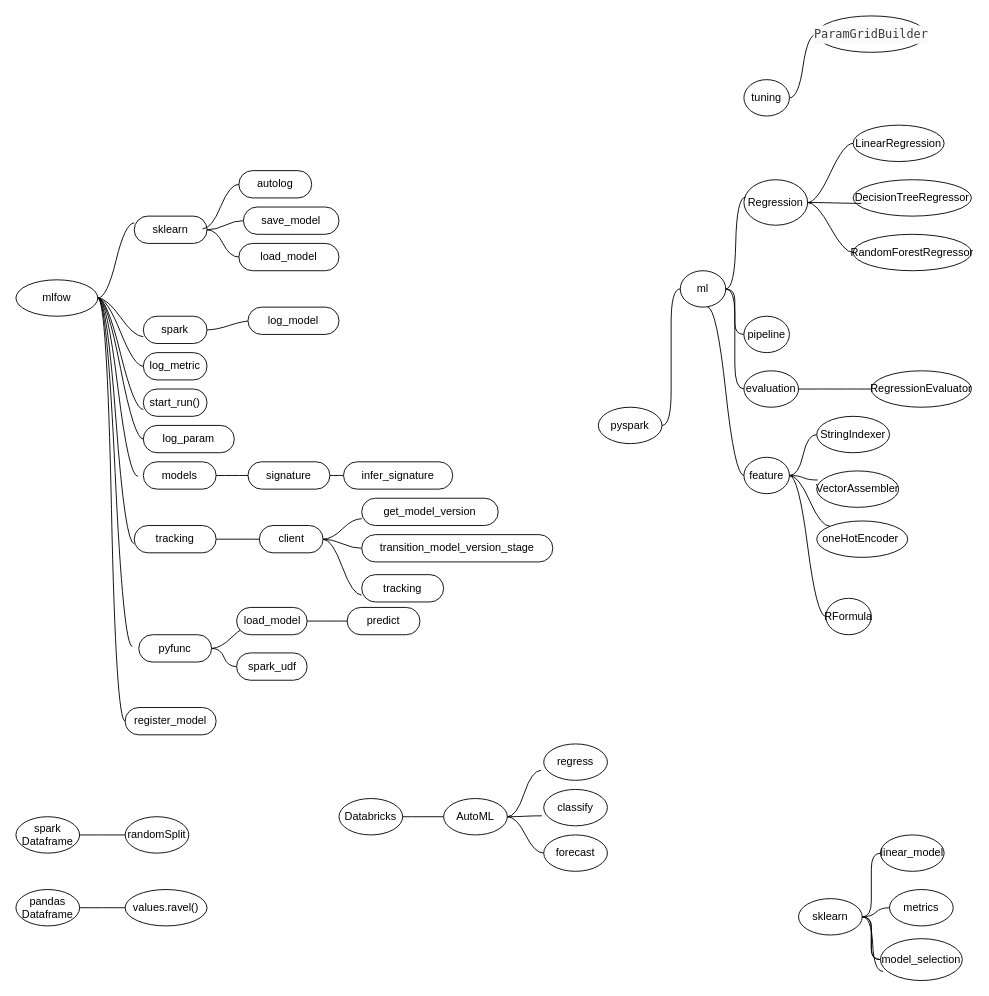
This is Libraries.drawio from sajinvk/DBRICKS-MLOPS-Associate, a draw.io file, before an edit. Source tidied: cells renumbered, new cells numbered last; positions are measured from the earlier drawing's top-left corner, leaving out a move shared by most shapes. Both pictures are drawn from the tidied source at 91%, with x=0, y=0 at pixel (15, 15).
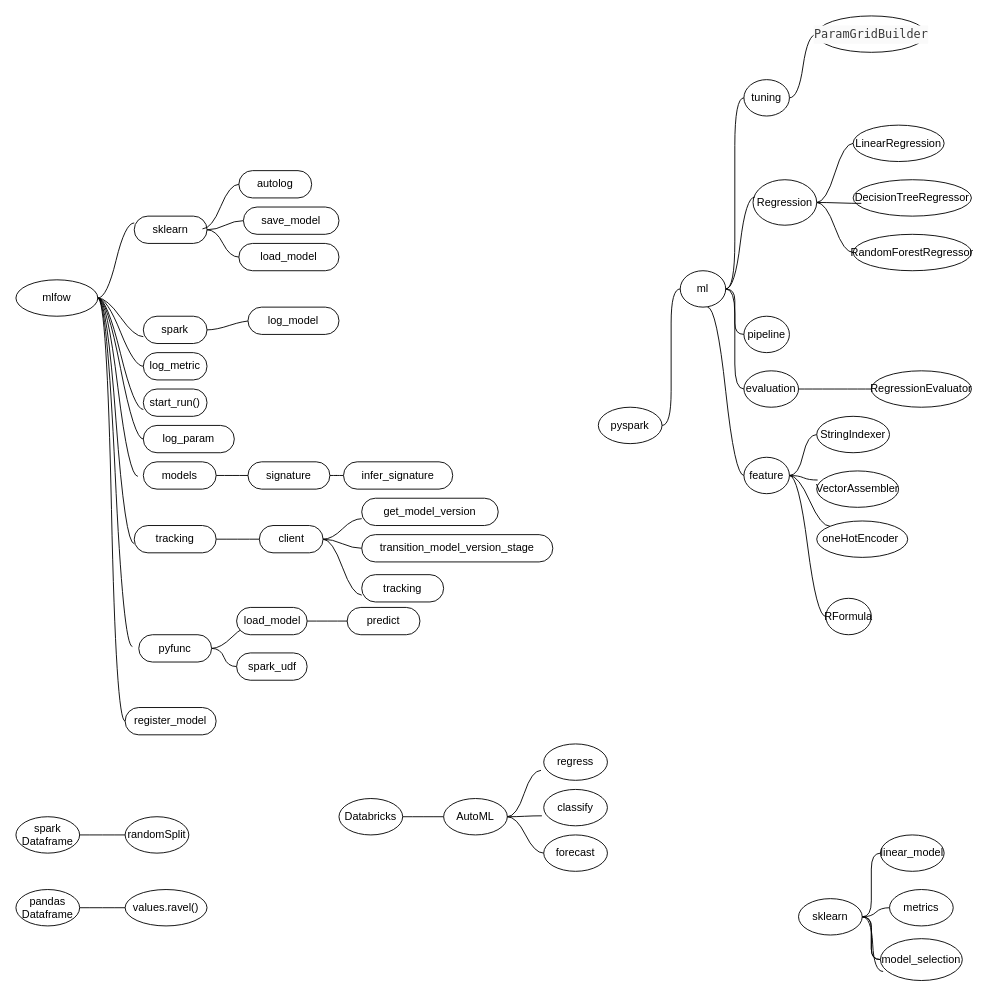
The same diagram, later.

The change refers to these unchanged cells:
```xml
<mxCell id="51" value="ml" style="ellipse;whiteSpace=wrap;html=1;align=center;newEdgeStyle={&quot;edgeStyle&quot;:&quot;entityRelationEdgeStyle&quot;,&quot;startArrow&quot;:&quot;none&quot;,&quot;endArrow&quot;:&quot;none&quot;,&quot;segment&quot;:10,&quot;curved&quot;:1,&quot;sourcePerimeterSpacing&quot;:0,&quot;targetPerimeterSpacing&quot;:0};" parent="1" vertex="1" collapsed="1">
  <mxGeometry x="730" y="280" width="50" height="40" as="geometry" />
</mxCell>
<mxCell id="99" value="tuning" style="ellipse;whiteSpace=wrap;html=1;align=center;newEdgeStyle={&quot;edgeStyle&quot;:&quot;entityRelationEdgeStyle&quot;,&quot;startArrow&quot;:&quot;none&quot;,&quot;endArrow&quot;:&quot;none&quot;,&quot;segment&quot;:10,&quot;curved&quot;:1,&quot;sourcePerimeterSpacing&quot;:0,&quot;targetPerimeterSpacing&quot;:0};" parent="1" vertex="1" collapsed="1">
  <mxGeometry x="800" y="70" width="50" height="40" as="geometry" />
</mxCell>
```

Change to the diagram source:
```diff
@@
+    <mxCell id="101" style="edgeStyle=entityRelationEdgeStyle;rounded=0;jettySize=auto;html=1;startArrow=none;endArrow=none;segment=10;curved=1;sourcePerimeterSpacing=0;targetPerimeterSpacing=0;entryX=0;entryY=0.5;entryDx=0;entryDy=0;" parent="1" edge="1" source="51" target="99">
+      <mxGeometry relative="1" as="geometry" />
+    </mxCell>
@@
     <mxCell id="54" value="Regression" style="ellipse;whiteSpace=wrap;html=1;align=center;newEdgeStyle={&quot;edgeStyle&quot;:&quot;entityRelationEdgeStyle&quot;,&quot;startArrow&quot;:&quot;none&quot;,&quot;endArrow&quot;:&quot;none&quot;,&quot;segment&quot;:10,&quot;curved&quot;:1,&quot;sourcePerimeterSpacing&quot;:0,&quot;targetPerimeterSpacing&quot;:0};" parent="1" vertex="1" collapsed="1">
-      <mxGeometry x="800" y="180" width="70" height="50" as="geometry" />
+      <mxGeometry x="810" y="180" width="70" height="50" as="geometry" />
     </mxCell>
```
